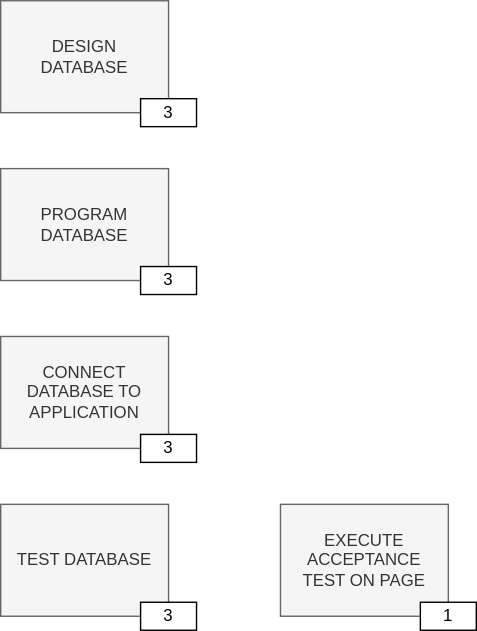
Before: assignment-cpm-chart.svg, a diagram exported from draw.io (HenrikSamuelsson/course-introduction-to-software-product-management). Source tidied: cells renumbered, new cells last; positions are measured from the earlier drawing's top-left corner, leaving out a move shared by most shapes.
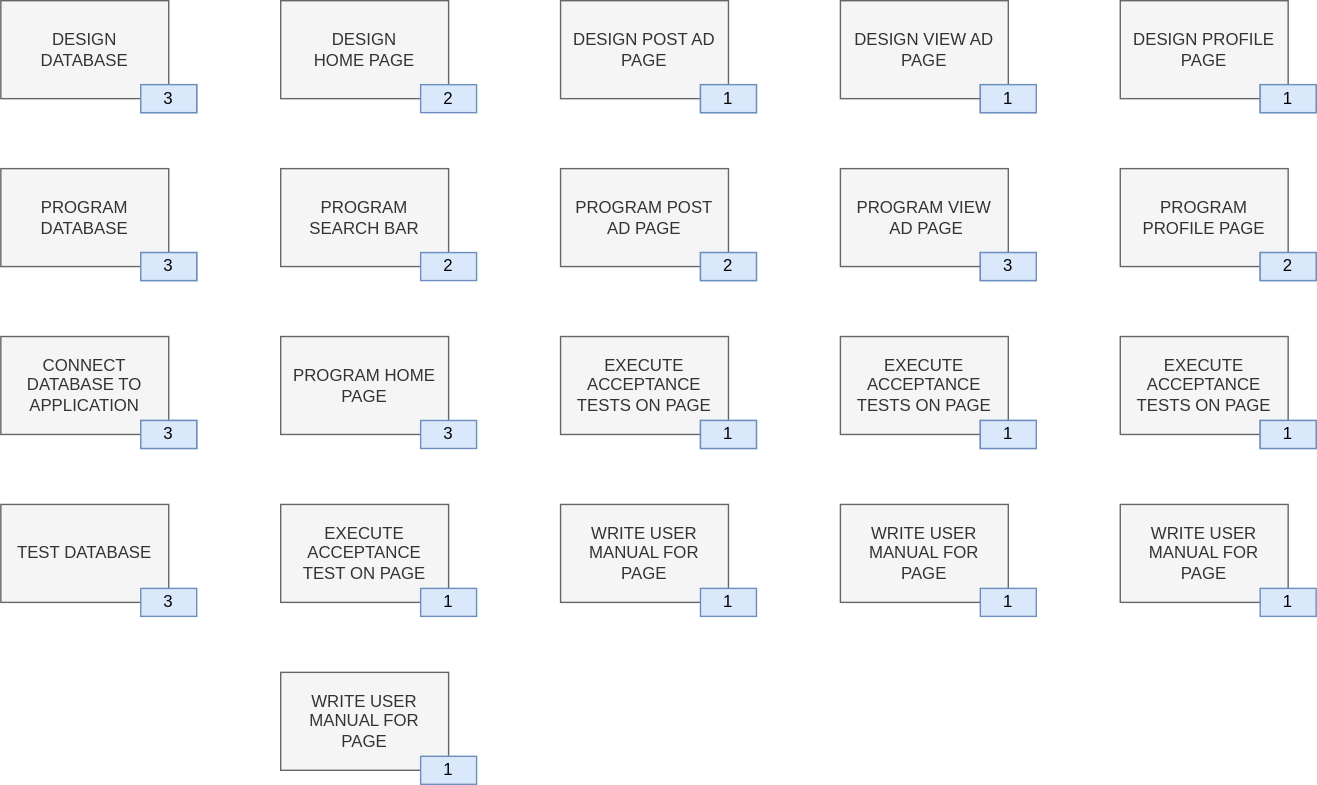
The same file after the commit.

Commit message:
Complete the set of tasks needed.

What changed in the source:
```diff
@@ -3,34 +3,166 @@
     <mxCell id="0" />
     <mxCell id="1" parent="0" />
     <mxCell id="2" value="EXECUTE ACCEPTANCE TEST ON PAGE" style="rounded=0;whiteSpace=wrap;html=1;spacing=5;fillColor=#f5f5f5;strokeColor=#666666;fontColor=#333333;" parent="1" vertex="1">
-      <mxGeometry x="200" y="360" width="120" height="80" as="geometry" />
+      <mxGeometry x="200" y="360" width="120" height="70" as="geometry" />
     </mxCell>
-    <mxCell id="3" value="1" style="rounded=0;whiteSpace=wrap;html=1;" parent="1" vertex="1">
-      <mxGeometry x="300" y="430" width="40" height="20" as="geometry" />
+    <mxCell id="3" value="1" style="rounded=0;whiteSpace=wrap;html=1;fillColor=#dae8fc;strokeColor=#6c8ebf;fontColor=#000000;" parent="1" vertex="1">
+      <mxGeometry x="300" y="420" width="40" height="20" as="geometry" />
     </mxCell>
     <mxCell id="4" value="DESIGN&lt;br&gt;DATABASE" style="rounded=0;whiteSpace=wrap;html=1;spacing=5;fillColor=#f5f5f5;strokeColor=#666666;fontColor=#333333;" parent="1" vertex="1">
-      <mxGeometry width="120" height="80" as="geometry" />
+      <mxGeometry width="120" height="70" as="geometry" />
     </mxCell>
-    <mxCell id="5" value="3" style="rounded=0;whiteSpace=wrap;html=1;" parent="1" vertex="1">
-      <mxGeometry x="100" y="70" width="40" height="20" as="geometry" />
+    <mxCell id="5" value="3" style="rounded=0;whiteSpace=wrap;html=1;fillColor=#dae8fc;strokeColor=#6c8ebf;" parent="1" vertex="1">
+      <mxGeometry x="100" y="60" width="40" height="20" as="geometry" />
     </mxCell>
     <mxCell id="6" value="PROGRAM DATABASE" style="rounded=0;whiteSpace=wrap;html=1;spacing=5;fillColor=#f5f5f5;strokeColor=#666666;fontColor=#333333;" parent="1" vertex="1">
-      <mxGeometry y="120" width="120" height="80" as="geometry" />
+      <mxGeometry y="120" width="120" height="70" as="geometry" />
     </mxCell>
-    <mxCell id="7" value="3" style="rounded=0;whiteSpace=wrap;html=1;" parent="1" vertex="1">
-      <mxGeometry x="100" y="190" width="40" height="20" as="geometry" />
+    <mxCell id="7" value="3" style="rounded=0;whiteSpace=wrap;html=1;fillColor=#dae8fc;strokeColor=#6c8ebf;" parent="1" vertex="1">
+      <mxGeometry x="100" y="180" width="40" height="20" as="geometry" />
     </mxCell>
     <mxCell id="8" value="CONNECT DATABASE TO APPLICATION" style="rounded=0;whiteSpace=wrap;html=1;spacing=5;fillColor=#f5f5f5;strokeColor=#666666;fontColor=#333333;" parent="1" vertex="1">
-      <mxGeometry y="240" width="120" height="80" as="geometry" />
+      <mxGeometry y="240" width="120" height="70" as="geometry" />
     </mxCell>
-    <mxCell id="9" value="3" style="rounded=0;whiteSpace=wrap;html=1;" parent="1" vertex="1">
-      <mxGeometry x="100" y="310" width="40" height="20" as="geometry" />
+    <mxCell id="9" value="3" style="rounded=0;whiteSpace=wrap;html=1;fillColor=#dae8fc;strokeColor=#6c8ebf;" parent="1" vertex="1">
+      <mxGeometry x="100" y="300" width="40" height="20" as="geometry" />
     </mxCell>
     <mxCell id="10" value="TEST DATABASE" style="rounded=0;whiteSpace=wrap;html=1;spacing=5;fillColor=#f5f5f5;strokeColor=#666666;fontColor=#333333;" parent="1" vertex="1">
-      <mxGeometry y="360" width="120" height="80" as="geometry" />
+      <mxGeometry y="360" width="120" height="70" as="geometry" />
     </mxCell>
-    <mxCell id="11" value="3" style="rounded=0;whiteSpace=wrap;html=1;" parent="1" vertex="1">
-      <mxGeometry x="100" y="430" width="40" height="20" as="geometry" />
+    <mxCell id="11" value="3" style="rounded=0;whiteSpace=wrap;html=1;fillColor=#dae8fc;strokeColor=#6c8ebf;fontColor=#000000;" parent="1" vertex="1">
+      <mxGeometry x="100" y="420" width="40" height="20" as="geometry" />
     </mxCell>
+    <mxCell id="12" value="WRITE USER MANUAL FOR PAGE" style="rounded=0;whiteSpace=wrap;html=1;spacing=5;fillColor=#f5f5f5;strokeColor=#666666;fontColor=#333333;" parent="1" vertex="1">
+      <mxGeometry x="200" y="480" width="120" height="70" as="geometry" />
+    </mxCell>
+    <mxCell id="13" value="1" style="rounded=0;whiteSpace=wrap;html=1;fillColor=#dae8fc;strokeColor=#6c8ebf;fontColor=#000000;" parent="1" vertex="1">
+      <mxGeometry x="300" y="540" width="40" height="20" as="geometry" />
+    </mxCell>
+    <mxCell id="14" value="PROGRAM HOME PAGE" style="rounded=0;whiteSpace=wrap;html=1;spacing=5;fillColor=#f5f5f5;strokeColor=#666666;fontColor=#333333;" parent="1" vertex="1">
+      <mxGeometry x="200" y="240" width="120" height="70" as="geometry" />
+    </mxCell>
+    <mxCell id="15" value="3" style="rounded=0;whiteSpace=wrap;html=1;fillColor=#dae8fc;strokeColor=#6c8ebf;fontColor=#000000;" parent="1" vertex="1">
+      <mxGeometry x="300" y="300" width="40" height="20" as="geometry" />
+    </mxCell>
+    <mxCell id="16" value="PROGRAM SEARCH BAR" style="rounded=0;whiteSpace=wrap;html=1;spacing=5;fillColor=#f5f5f5;strokeColor=#666666;fontColor=#333333;" parent="1" vertex="1">
+      <mxGeometry x="200" y="120" width="120" height="70" as="geometry" />
+    </mxCell>
+    <mxCell id="17" value="3" style="rounded=0;whiteSpace=wrap;html=1;fillColor=#dae8fc;strokeColor=#6c8ebf;fontColor=#000000;" parent="1" vertex="1">
+      <mxGeometry x="100" y="180" width="40" height="20" as="geometry" />
+    </mxCell>
+    <mxCell id="18" value="3" style="rounded=0;whiteSpace=wrap;html=1;fillColor=#dae8fc;strokeColor=#6c8ebf;fontColor=#000000;" parent="1" vertex="1">
+      <mxGeometry x="100" y="60" width="40" height="20" as="geometry" />
+    </mxCell>
+    <mxCell id="19" value="3" style="rounded=0;whiteSpace=wrap;html=1;fillColor=#dae8fc;strokeColor=#6c8ebf;fontColor=#000000;" parent="1" vertex="1">
+      <mxGeometry x="100" y="300" width="40" height="20" as="geometry" />
+    </mxCell>
+    <mxCell id="20" value="2" style="rounded=0;whiteSpace=wrap;html=1;fillColor=#dae8fc;strokeColor=#6c8ebf;fontColor=#000000;" parent="1" vertex="1">
+      <mxGeometry x="300" y="180" width="40" height="20" as="geometry" />
+    </mxCell>
+    <mxCell id="21" value="DESIGN&lt;br&gt;HOME PAGE" style="rounded=0;whiteSpace=wrap;html=1;spacing=5;fillColor=#f5f5f5;strokeColor=#666666;fontColor=#333333;" parent="1" vertex="1">
+      <mxGeometry x="200" width="120" height="70" as="geometry" />
+    </mxCell>
+    <mxCell id="22" value="2" style="rounded=0;whiteSpace=wrap;html=1;fillColor=#dae8fc;strokeColor=#6c8ebf;fontColor=#000000;" parent="1" vertex="1">
+      <mxGeometry x="300" y="60" width="40" height="20" as="geometry" />
+    </mxCell>
+    <mxCell id="23" value="DESIGN POST AD PAGE" style="rounded=0;whiteSpace=wrap;html=1;spacing=5;fillColor=#f5f5f5;strokeColor=#666666;fontColor=#333333;" parent="1" vertex="1">
+      <mxGeometry x="400" width="120" height="70" as="geometry" />
+    </mxCell>
+    <mxCell id="24" value="3" style="rounded=0;whiteSpace=wrap;html=1;fillColor=#dae8fc;strokeColor=#6c8ebf;" parent="1" vertex="1">
+      <mxGeometry x="500" y="60" width="40" height="20" as="geometry" />
+    </mxCell>
+    <mxCell id="25" value="PROGRAM POST AD PAGE" style="rounded=0;whiteSpace=wrap;html=1;spacing=5;fillColor=#f5f5f5;strokeColor=#666666;fontColor=#333333;" parent="1" vertex="1">
+      <mxGeometry x="400" y="120" width="120" height="70" as="geometry" />
+    </mxCell>
+    <mxCell id="26" value="3" style="rounded=0;whiteSpace=wrap;html=1;fillColor=#dae8fc;strokeColor=#6c8ebf;" parent="1" vertex="1">
+      <mxGeometry x="500" y="180" width="40" height="20" as="geometry" />
+    </mxCell>
+    <mxCell id="27" value="EXECUTE ACCEPTANCE TESTS ON PAGE" style="rounded=0;whiteSpace=wrap;html=1;spacing=5;fillColor=#f5f5f5;strokeColor=#666666;fontColor=#333333;" parent="1" vertex="1">
+      <mxGeometry x="400" y="240" width="120" height="70" as="geometry" />
+    </mxCell>
+    <mxCell id="28" value="3" style="rounded=0;whiteSpace=wrap;html=1;fillColor=#dae8fc;strokeColor=#6c8ebf;" parent="1" vertex="1">
+      <mxGeometry x="500" y="300" width="40" height="20" as="geometry" />
+    </mxCell>
+    <mxCell id="29" value="WRITE USER MANUAL FOR PAGE" style="rounded=0;whiteSpace=wrap;html=1;spacing=5;fillColor=#f5f5f5;strokeColor=#666666;fontColor=#333333;" parent="1" vertex="1">
+      <mxGeometry x="400" y="360" width="120" height="70" as="geometry" />
+    </mxCell>
+    <mxCell id="30" value="1" style="rounded=0;whiteSpace=wrap;html=1;fillColor=#dae8fc;strokeColor=#6c8ebf;fontColor=#000000;" parent="1" vertex="1">
+      <mxGeometry x="500" y="420" width="40" height="20" as="geometry" />
+    </mxCell>
+    <mxCell id="31" value="2" style="rounded=0;whiteSpace=wrap;html=1;fillColor=#dae8fc;strokeColor=#6c8ebf;fontColor=#000000;" parent="1" vertex="1">
+      <mxGeometry x="500" y="180" width="40" height="20" as="geometry" />
+    </mxCell>
+    <mxCell id="32" value="1" style="rounded=0;whiteSpace=wrap;html=1;fillColor=#dae8fc;strokeColor=#6c8ebf;fontColor=#000000;" parent="1" vertex="1">
+      <mxGeometry x="500" y="60" width="40" height="20" as="geometry" />
+    </mxCell>
+    <mxCell id="33" value="1" style="rounded=0;whiteSpace=wrap;html=1;fillColor=#dae8fc;strokeColor=#6c8ebf;fontColor=#000000;" parent="1" vertex="1">
+      <mxGeometry x="500" y="300" width="40" height="20" as="geometry" />
+    </mxCell>
+    <mxCell id="34" value="DESIGN VIEW AD PAGE" style="rounded=0;whiteSpace=wrap;html=1;spacing=5;fillColor=#f5f5f5;strokeColor=#666666;fontColor=#333333;" parent="1" vertex="1">
+      <mxGeometry x="600" width="120" height="70" as="geometry" />
+    </mxCell>
+    <mxCell id="35" value="3" style="rounded=0;whiteSpace=wrap;html=1;fillColor=#dae8fc;strokeColor=#6c8ebf;" parent="1" vertex="1">
+      <mxGeometry x="700" y="60" width="40" height="20" as="geometry" />
+    </mxCell>
+    <mxCell id="36" value="PROGRAM VIEW&lt;br&gt;&amp;nbsp;AD PAGE" style="rounded=0;whiteSpace=wrap;html=1;spacing=5;fillColor=#f5f5f5;strokeColor=#666666;fontColor=#333333;" parent="1" vertex="1">
+      <mxGeometry x="600" y="120" width="120" height="70" as="geometry" />
+    </mxCell>
+    <mxCell id="37" value="3" style="rounded=0;whiteSpace=wrap;html=1;fillColor=#dae8fc;strokeColor=#6c8ebf;" parent="1" vertex="1">
+      <mxGeometry x="700" y="180" width="40" height="20" as="geometry" />
+    </mxCell>
+    <mxCell id="38" value="EXECUTE ACCEPTANCE TESTS ON PAGE" style="rounded=0;whiteSpace=wrap;html=1;spacing=5;fillColor=#f5f5f5;strokeColor=#666666;fontColor=#333333;" parent="1" vertex="1">
+      <mxGeometry x="600" y="240" width="120" height="70" as="geometry" />
+    </mxCell>
+    <mxCell id="39" value="3" style="rounded=0;whiteSpace=wrap;html=1;fillColor=#dae8fc;strokeColor=#6c8ebf;" parent="1" vertex="1">
+      <mxGeometry x="700" y="300" width="40" height="20" as="geometry" />
+    </mxCell>
+    <mxCell id="40" value="WRITE USER MANUAL FOR PAGE" style="rounded=0;whiteSpace=wrap;html=1;spacing=5;fillColor=#f5f5f5;strokeColor=#666666;fontColor=#333333;" parent="1" vertex="1">
+      <mxGeometry x="600" y="360" width="120" height="70" as="geometry" />
+    </mxCell>
+    <mxCell id="41" value="1" style="rounded=0;whiteSpace=wrap;html=1;fillColor=#dae8fc;strokeColor=#6c8ebf;fontColor=#000000;" parent="1" vertex="1">
+      <mxGeometry x="700" y="420" width="40" height="20" as="geometry" />
+    </mxCell>
+    <mxCell id="42" value="3" style="rounded=0;whiteSpace=wrap;html=1;fillColor=#dae8fc;strokeColor=#6c8ebf;fontColor=#000000;" parent="1" vertex="1">
+      <mxGeometry x="700" y="180" width="40" height="20" as="geometry" />
+    </mxCell>
+    <mxCell id="43" value="1" style="rounded=0;whiteSpace=wrap;html=1;fillColor=#dae8fc;strokeColor=#6c8ebf;fontColor=#000000;" parent="1" vertex="1">
+      <mxGeometry x="700" y="60" width="40" height="20" as="geometry" />
+    </mxCell>
+    <mxCell id="44" value="1" style="rounded=0;whiteSpace=wrap;html=1;fillColor=#dae8fc;strokeColor=#6c8ebf;fontColor=#000000;" parent="1" vertex="1">
+      <mxGeometry x="700" y="300" width="40" height="20" as="geometry" />
+    </mxCell>
+    <mxCell id="45" value="DESIGN PROFILE PAGE" style="rounded=0;whiteSpace=wrap;html=1;spacing=5;fillColor=#f5f5f5;strokeColor=#666666;fontColor=#333333;" parent="1" vertex="1">
+      <mxGeometry x="800" width="120" height="70" as="geometry" />
+    </mxCell>
+    <mxCell id="46" value="3" style="rounded=0;whiteSpace=wrap;html=1;fillColor=#dae8fc;strokeColor=#6c8ebf;" parent="1" vertex="1">
+      <mxGeometry x="900" y="60" width="40" height="20" as="geometry" />
+    </mxCell>
+    <mxCell id="47" value="PROGRAM PROFILE PAGE" style="rounded=0;whiteSpace=wrap;html=1;spacing=5;fillColor=#f5f5f5;strokeColor=#666666;fontColor=#333333;" parent="1" vertex="1">
+      <mxGeometry x="800" y="120" width="120" height="70" as="geometry" />
+    </mxCell>
+    <mxCell id="48" value="3" style="rounded=0;whiteSpace=wrap;html=1;fillColor=#dae8fc;strokeColor=#6c8ebf;" parent="1" vertex="1">
+      <mxGeometry x="900" y="180" width="40" height="20" as="geometry" />
+    </mxCell>
+    <mxCell id="49" value="EXECUTE ACCEPTANCE TESTS ON PAGE" style="rounded=0;whiteSpace=wrap;html=1;spacing=5;fillColor=#f5f5f5;strokeColor=#666666;fontColor=#333333;" parent="1" vertex="1">
+      <mxGeometry x="800" y="240" width="120" height="70" as="geometry" />
+    </mxCell>
+    <mxCell id="50" value="3" style="rounded=0;whiteSpace=wrap;html=1;fillColor=#dae8fc;strokeColor=#6c8ebf;" parent="1" vertex="1">
+      <mxGeometry x="900" y="300" width="40" height="20" as="geometry" />
+    </mxCell>
+    <mxCell id="51" value="WRITE USER MANUAL FOR PAGE" style="rounded=0;whiteSpace=wrap;html=1;spacing=5;fillColor=#f5f5f5;strokeColor=#666666;fontColor=#333333;" parent="1" vertex="1">
+      <mxGeometry x="800" y="360" width="120" height="70" as="geometry" />
+    </mxCell>
+    <mxCell id="52" value="1" style="rounded=0;whiteSpace=wrap;html=1;fillColor=#dae8fc;strokeColor=#6c8ebf;fontColor=#000000;" parent="1" vertex="1">
+      <mxGeometry x="900" y="420" width="40" height="20" as="geometry" />
+    </mxCell>
+    <mxCell id="53" value="2" style="rounded=0;whiteSpace=wrap;html=1;fillColor=#dae8fc;strokeColor=#6c8ebf;fontColor=#000000;" parent="1" vertex="1">
+      <mxGeometry x="900" y="180" width="40" height="20" as="geometry" />
+    </mxCell>
+    <mxCell id="54" value="1" style="rounded=0;whiteSpace=wrap;html=1;fillColor=#dae8fc;strokeColor=#6c8ebf;fontColor=#000000;" parent="1" vertex="1">
+      <mxGeometry x="900" y="60" width="40" height="20" as="geometry" />
+    </mxCell>
+    <mxCell id="55" value="1" style="rounded=0;whiteSpace=wrap;html=1;fillColor=#dae8fc;strokeColor=#6c8ebf;fontColor=#000000;" parent="1" vertex="1">
+      <mxGeometry x="900" y="300" width="40" height="20" as="geometry" />
+    </mxCell>
   </root>
 </mxGraphModel>
```
